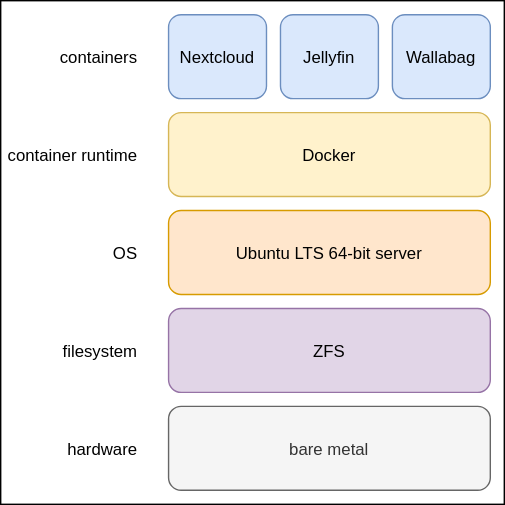
The draw.io diagram book/img/service-stack.svg in meonkeys/shb, before a commit. Source tidied: cells renumbered, new cells last; positions are measured from the earlier drawing's top-left corner, leaving out a move shared by most shapes. Source of this version:
```xml
<mxGraphModel>
  <root>
    <mxCell id="0" />
    <mxCell id="1" parent="0" />
    <mxCell id="2" style="rounded=0;whiteSpace=wrap;html=1;" parent="1" vertex="1">
      <mxGeometry width="360" height="360" as="geometry" />
    </mxCell>
    <mxCell id="3" value="bare metal" style="rounded=1;fillColor=#f5f5f5;fontColor=#333333;strokeColor=#666666;shadow=0;" parent="1" vertex="1">
      <mxGeometry x="120" y="290" width="230" height="60" as="geometry" />
    </mxCell>
    <mxCell id="4" value="Ubuntu LTS 64-bit server" style="rounded=1;fillColor=#ffe6cc;strokeColor=#d79b00;shadow=0;" parent="1" vertex="1">
      <mxGeometry x="120" y="150" width="230" height="60" as="geometry" />
    </mxCell>
    <mxCell id="5" value="ZFS" style="rounded=1;fillColor=#e1d5e7;strokeColor=#9673a6;shadow=0;" parent="1" vertex="1">
      <mxGeometry x="120" y="220" width="230" height="60" as="geometry" />
    </mxCell>
    <mxCell id="6" value="Docker" style="rounded=1;fillColor=#fff2cc;strokeColor=#d6b656;glass=0;shadow=0;verticalAlign=middle;" parent="1" vertex="1">
      <mxGeometry x="120" y="80" width="230" height="60" as="geometry" />
    </mxCell>
    <mxCell id="7" value="Nextcloud" style="rounded=1;fillColor=#dae8fc;strokeColor=#6c8ebf;rotation=0;shadow=0;" parent="1" vertex="1">
      <mxGeometry x="120" y="10" width="70" height="60" as="geometry" />
    </mxCell>
    <mxCell id="8" value="Jellyfin" style="rounded=1;fillColor=#dae8fc;strokeColor=#6c8ebf;shadow=0;" parent="1" vertex="1">
      <mxGeometry x="200" y="10" width="70" height="60" as="geometry" />
    </mxCell>
    <mxCell id="9" value="Wallabag" style="rounded=1;fillColor=#dae8fc;strokeColor=#6c8ebf;shadow=0;" parent="1" vertex="1">
      <mxGeometry x="280" y="10" width="70" height="60" as="geometry" />
    </mxCell>
    <mxCell id="10" value="hardware" style="text;strokeColor=none;align=right;fillColor=none;verticalAlign=middle;rounded=1;shadow=0;" parent="1" vertex="1">
      <mxGeometry x="40" y="305" width="60" height="30" as="geometry" />
    </mxCell>
    <mxCell id="11" value="OS" style="text;strokeColor=none;align=right;fillColor=none;verticalAlign=middle;rounded=1;shadow=0;" parent="1" vertex="1">
      <mxGeometry x="40" y="165" width="60" height="30" as="geometry" />
    </mxCell>
    <mxCell id="12" value="filesystem" style="text;strokeColor=none;align=right;fillColor=none;verticalAlign=middle;rounded=1;shadow=0;" parent="1" vertex="1">
      <mxGeometry x="40" y="235" width="60" height="30" as="geometry" />
    </mxCell>
    <mxCell id="13" value="container runtime" style="text;strokeColor=none;align=right;fillColor=none;verticalAlign=middle;rounded=1;shadow=0;" parent="1" vertex="1">
      <mxGeometry x="40" y="95" width="60" height="30" as="geometry" />
    </mxCell>
    <mxCell id="14" value="containers" style="text;strokeColor=none;align=right;fillColor=none;verticalAlign=middle;rounded=1;shadow=0;" parent="1" vertex="1">
      <mxGeometry x="40" y="25" width="60" height="30" as="geometry" />
    </mxCell>
  </root>
</mxGraphModel>
```
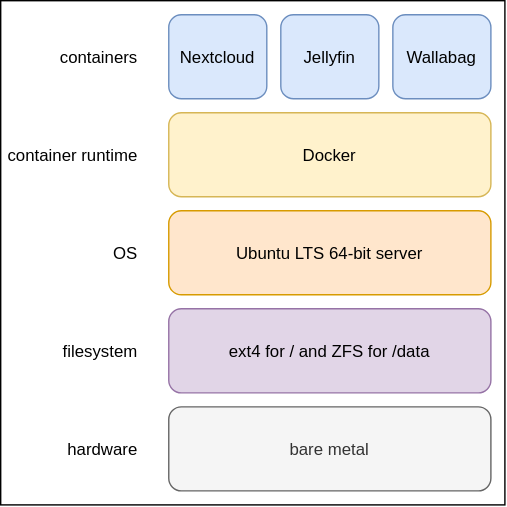
Later version of the same file.

Commit message:
include ext4 in stack diagram and text

Change to the diagram source:
```diff
@@ -11,7 +11,7 @@
     <mxCell id="4" value="Ubuntu LTS 64-bit server" style="rounded=1;fillColor=#ffe6cc;strokeColor=#d79b00;shadow=0;" parent="1" vertex="1">
       <mxGeometry x="120" y="150" width="230" height="60" as="geometry" />
     </mxCell>
-    <mxCell id="5" value="ZFS" style="rounded=1;fillColor=#e1d5e7;strokeColor=#9673a6;shadow=0;" parent="1" vertex="1">
+    <mxCell id="5" value="ext4 for / and ZFS for /data" style="rounded=1;fillColor=#e1d5e7;strokeColor=#9673a6;shadow=0;" parent="1" vertex="1">
       <mxGeometry x="120" y="220" width="230" height="60" as="geometry" />
     </mxCell>
     <mxCell id="6" value="Docker" style="rounded=1;fillColor=#fff2cc;strokeColor=#d6b656;glass=0;shadow=0;verticalAlign=middle;" parent="1" vertex="1">
```
